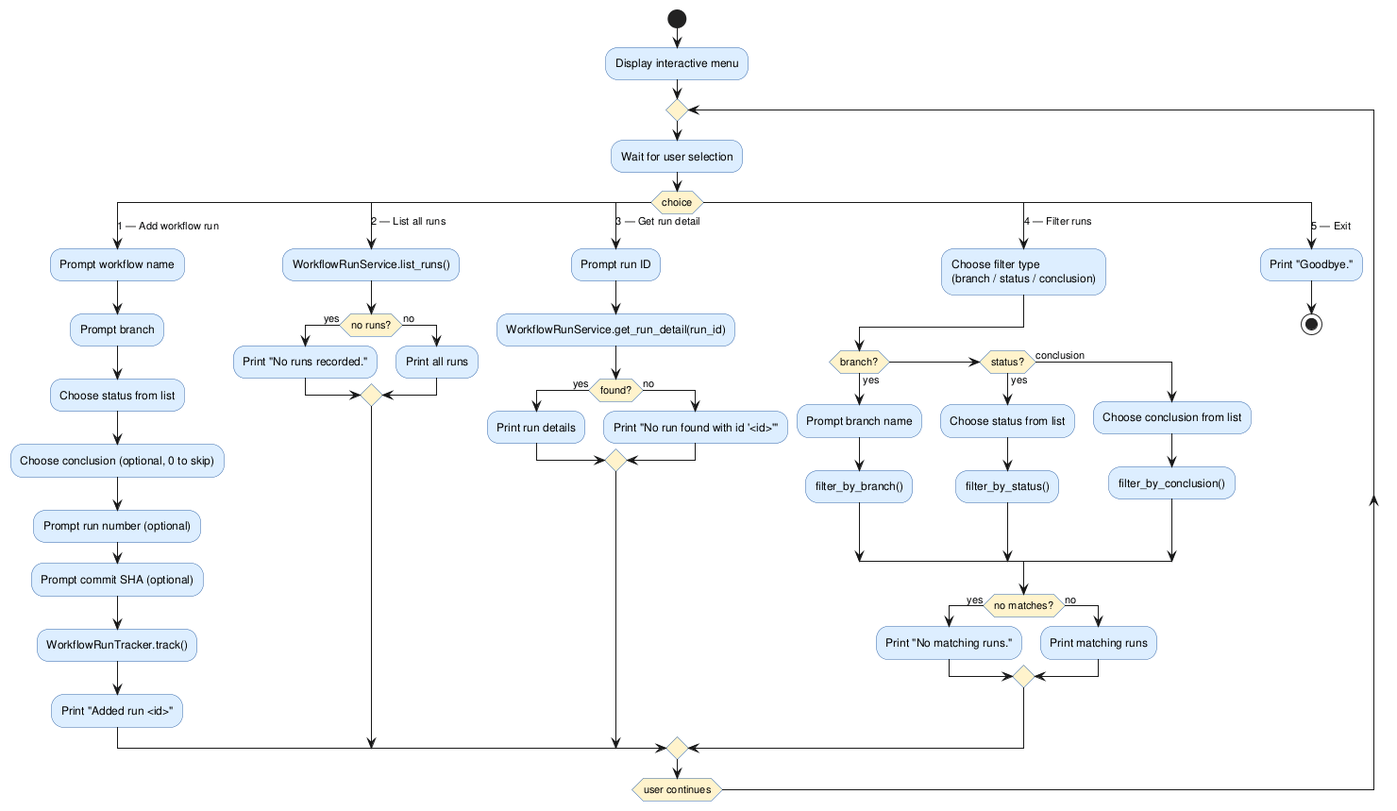
Before: experiments/pipeline/structured_text/github-workflow-manager/artifacts/activity_diagram_interactive.png, a diagram exported from PlantUML (DanielRiha8906/Software_autoevolution_using_agents). The source it was exported from:
```plantuml
@startuml activity_diagram_interactive

skinparam activityBackgroundColor #DDEEFF
skinparam activityBorderColor     #3366AA
skinparam activityDiamondBackgroundColor #FFF3CC

start

:Display interactive menu;

repeat

  :Wait for user selection;

  switch (choice)

    case (1 — Add workflow run)
      :Prompt workflow name;
      :Prompt branch;
      :Choose status from list;
      :Choose conclusion (optional, 0 to skip);
      :Prompt run number (optional);
      :Prompt commit SHA (optional);
      :WorkflowRunTracker.track();
      :Print "Added run <id>";

    case (2 — List all runs)
      :WorkflowRunService.list_runs();
      if (no runs?) then (yes)
        :Print "No runs recorded.";
      else (no)
        :Print all runs;
      endif

    case (3 — Get run detail)
      :Prompt run ID;
      :WorkflowRunService.get_run_detail(run_id);
      if (found?) then (yes)
        :Print run details;
      else (no)
        :Print "No run found with id '<id>'";
      endif

    case (4 — Filter runs)
      :Choose filter type\n(branch / status / conclusion);
      if (branch?) then (yes)
        :Prompt branch name;
        :filter_by_branch();
      elseif (status?) then (yes)
        :Choose status from list;
        :filter_by_status();
      else (conclusion)
        :Choose conclusion from list;
        :filter_by_conclusion();
      endif
      if (no matches?) then (yes)
        :Print "No matching runs.";
      else (no)
        :Print matching runs;
      endif

    case (5 — Exit)
      :Print "Goodbye.";
      stop

  endswitch

repeat while (user continues)

@enduml
```
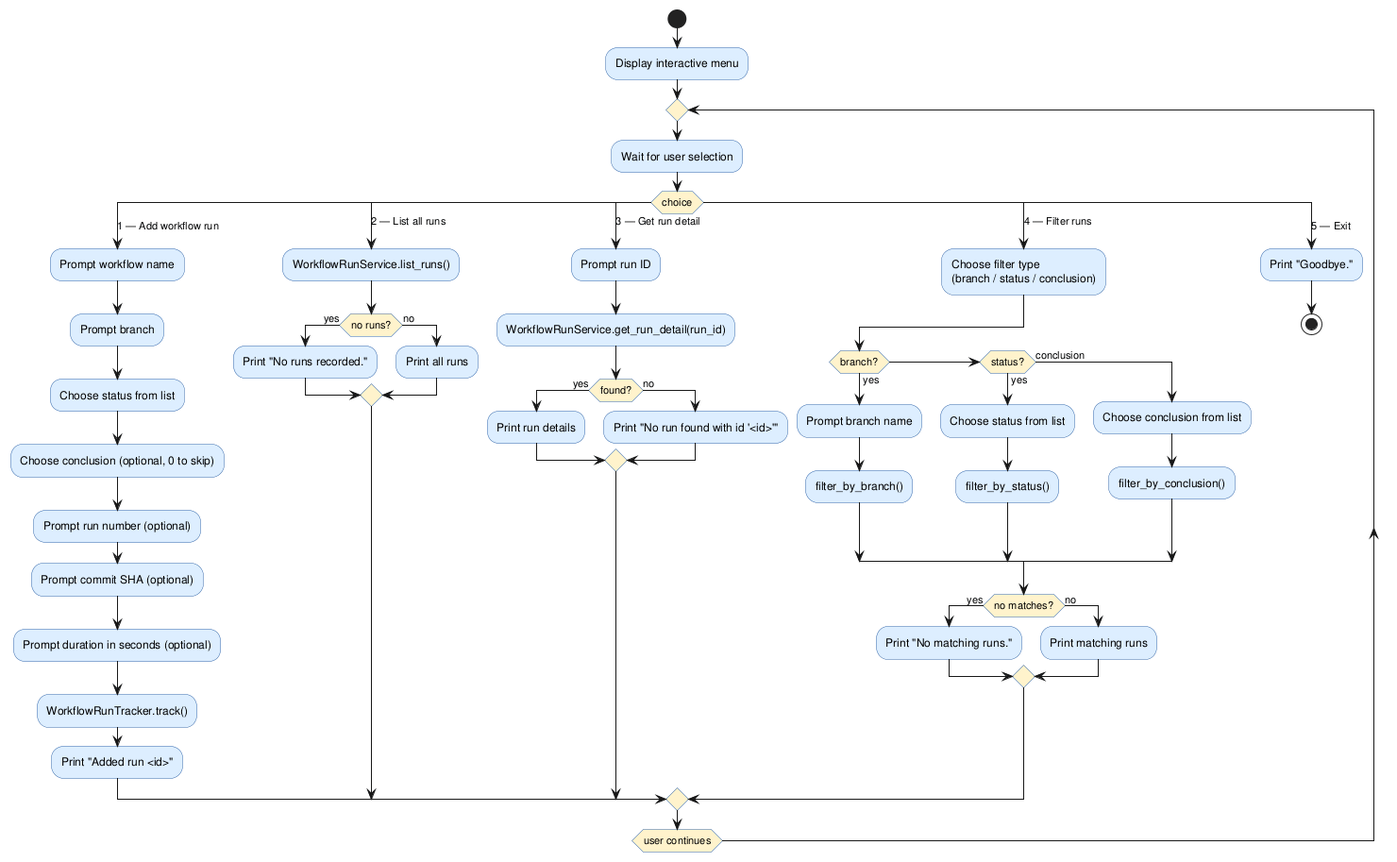
After the commit.

Change to the diagram source:
```diff
@@ -21,6 +21,7 @@
       :Choose conclusion (optional, 0 to skip);
       :Prompt run number (optional);
       :Prompt commit SHA (optional);
+      :Prompt duration in seconds (optional);
       :WorkflowRunTracker.track();
       :Print "Added run <id>";
 
```
